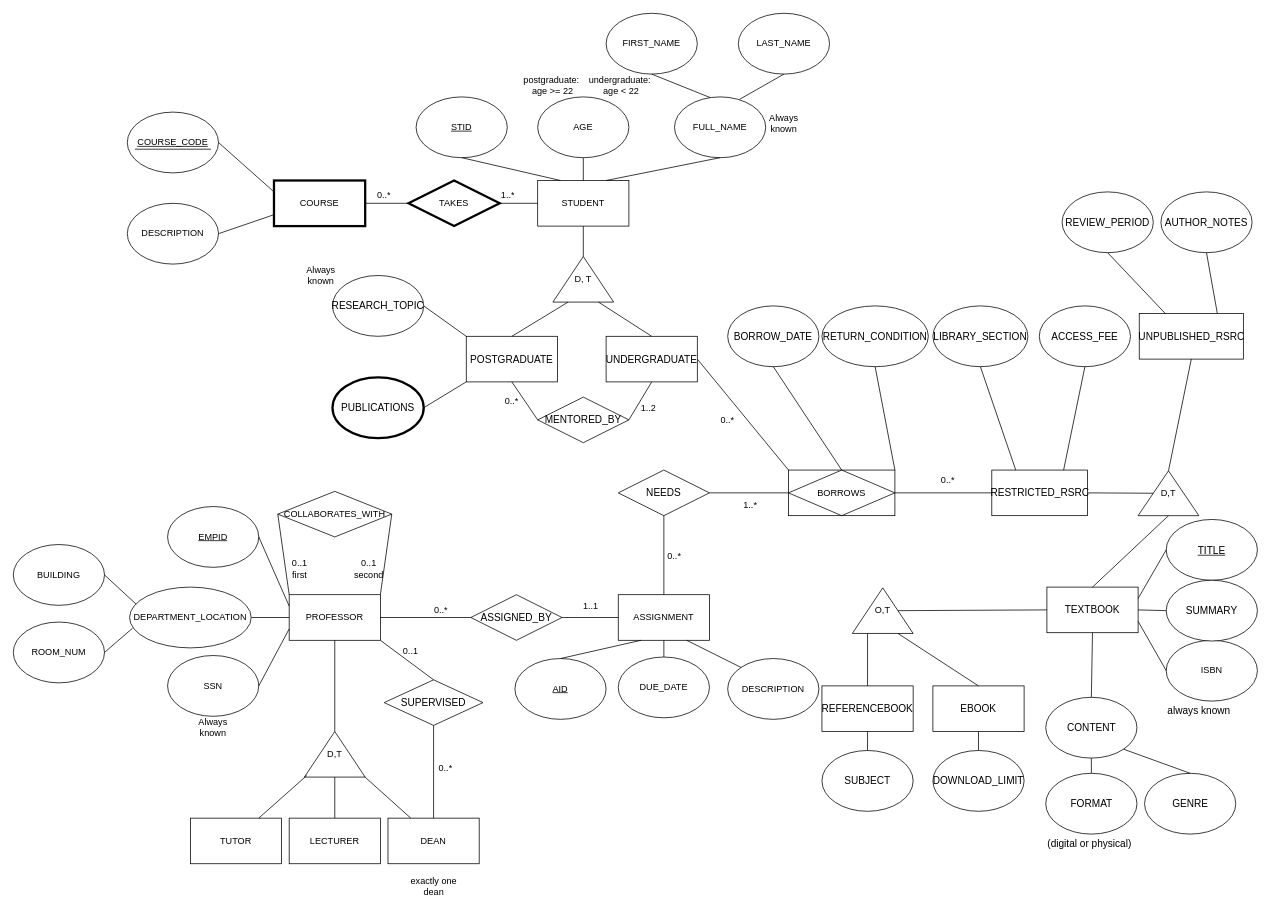
Before: DM-HW1_Janis & Cuihuan.drawio in us-ja/Data_Management, a draw.io diagram. Source tidied: cells renumbered, new cells numbered last; positions are measured from the earlier drawing's top-left corner, leaving out a move shared by most shapes. Both pictures are drawn from the tidied source at 76%, with x=0, y=0 at pixel (13, 13).
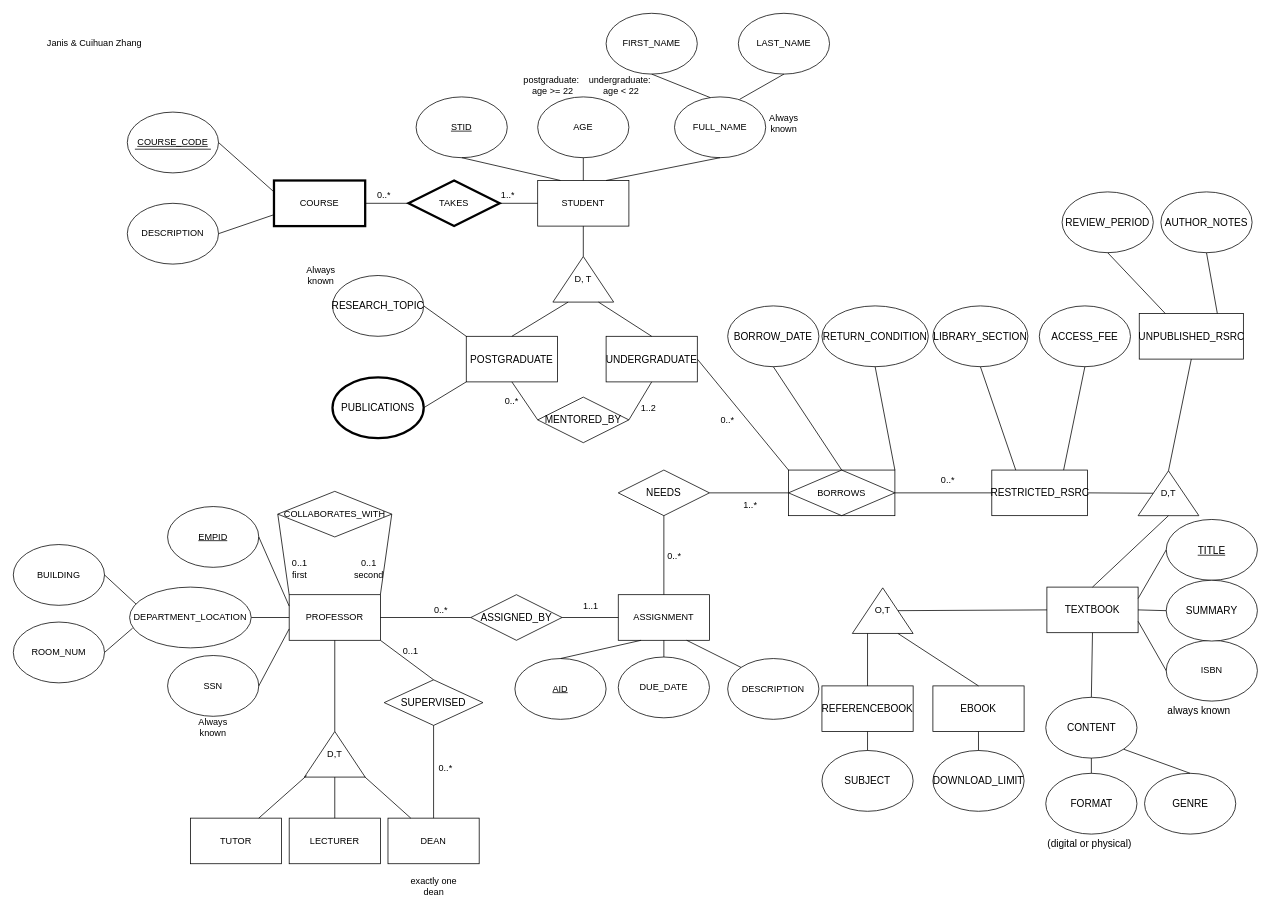
The same page after the edit.

Diff of the diagram source:
```diff
@@
+    <mxCell id="139" value="Janis &amp;amp; Cuihuan Zhang" style="text;html=1;align=center;verticalAlign=middle;whiteSpace=wrap;rounded=0;" parent="1" vertex="1">
+      <mxGeometry x="37" y="25" width="140" height="30" as="geometry" />
+    </mxCell>
```
